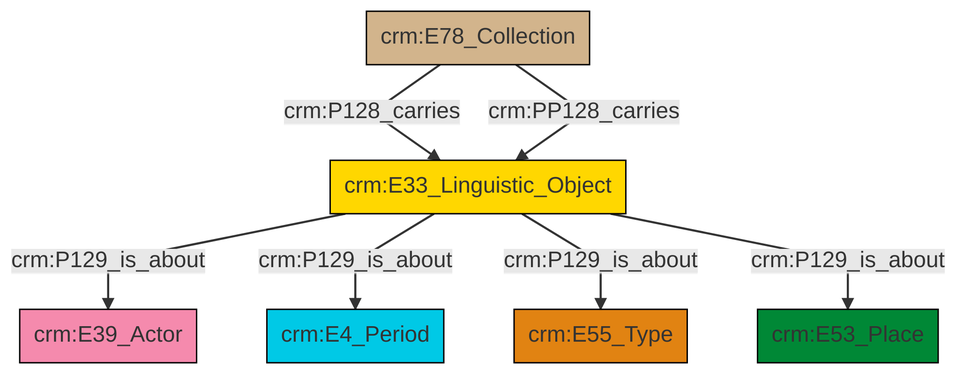
swiss-art-research-net/docs.swissartresearch keeps this Mermaid diagram as et/archivalCSV/ttl/mmd/png/archival_aboutness.png. Above is the earlier version. Its source is kept beside it as et/archivalCSV/ttl/mmd/archival_aboutness.ttl.mmd.
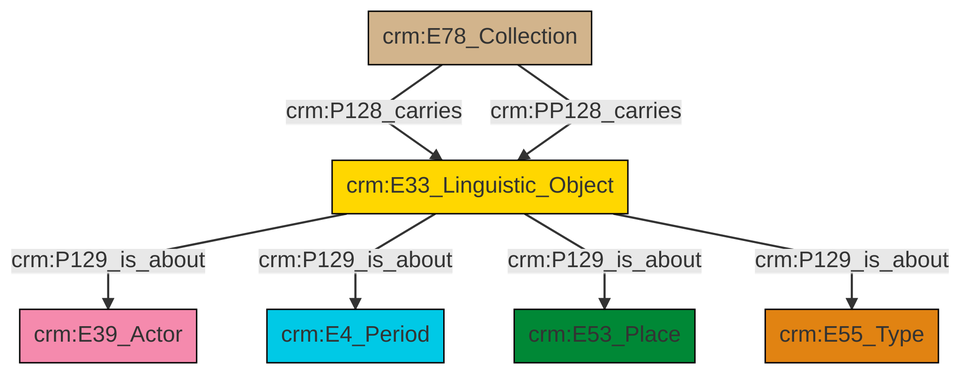
After the change.

Change to the diagram source:
```diff
@@ -13,9 +13,9 @@
 classDef PC_Classes fill:#4ce600, stroke:#000000;
 classDef Multi fill:#cccccc,stroke:#000000;
 
-0["crm:E33_Linguistic_Object"]:::Conceptual_Object -->|crm:P129_is_about| 2["crm:E39_Actor"]:::Actor
-0["crm:E33_Linguistic_Object"]:::Conceptual_Object -->|crm:P129_is_about| 3["crm:E4_Period"]:::Temporal_Entity
-4["crm:E78_Collection"]:::Physical_Thing -->|crm:P128_carries| 0["crm:E33_Linguistic_Object"]:::Conceptual_Object
-0["crm:E33_Linguistic_Object"]:::Conceptual_Object -->|crm:P129_is_about| 7["crm:E55_Type"]:::Type
-0["crm:E33_Linguistic_Object"]:::Conceptual_Object -->|crm:P129_is_about| 8["crm:E53_Place"]:::Place
-4["crm:E78_Collection"]:::Physical_Thing -->|crm:PP128_carries| 0["crm:E33_Linguistic_Object"]:::Conceptual_Object
+2["crm:E33_Linguistic_Object"]:::Conceptual_Object -->|crm:P129_is_about| 3["crm:E39_Actor"]:::Actor
+0["crm:E78_Collection"]:::Physical_Thing -->|crm:P128_carries| 2["crm:E33_Linguistic_Object"]:::Conceptual_Object
+2["crm:E33_Linguistic_Object"]:::Conceptual_Object -->|crm:P129_is_about| 5["crm:E4_Period"]:::Temporal_Entity
+0["crm:E78_Collection"]:::Physical_Thing -->|crm:PP128_carries| 2["crm:E33_Linguistic_Object"]:::Conceptual_Object
+2["crm:E33_Linguistic_Object"]:::Conceptual_Object -->|crm:P129_is_about| 7["crm:E53_Place"]:::Place
+2["crm:E33_Linguistic_Object"]:::Conceptual_Object -->|crm:P129_is_about| 9["crm:E55_Type"]:::Type
```
